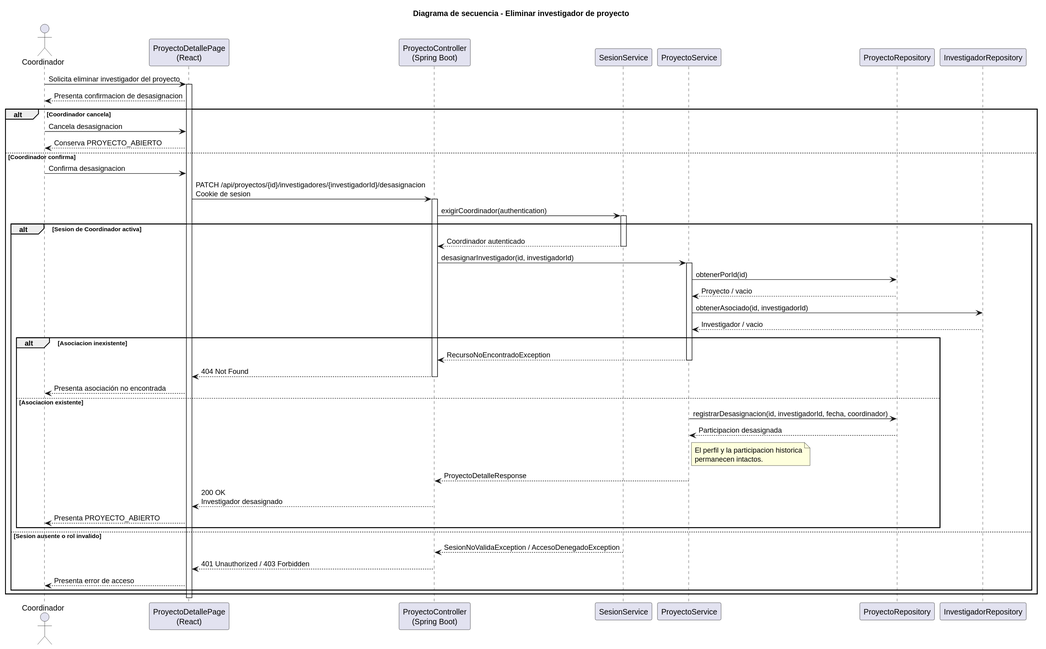
The PlantUML diagram images/RUP/02-diseño/casos-uso/coordinador/eliminarInvestigador/secuencia.svg in beatriizorozco/25-26-idsw2-sdVC, before a commit.
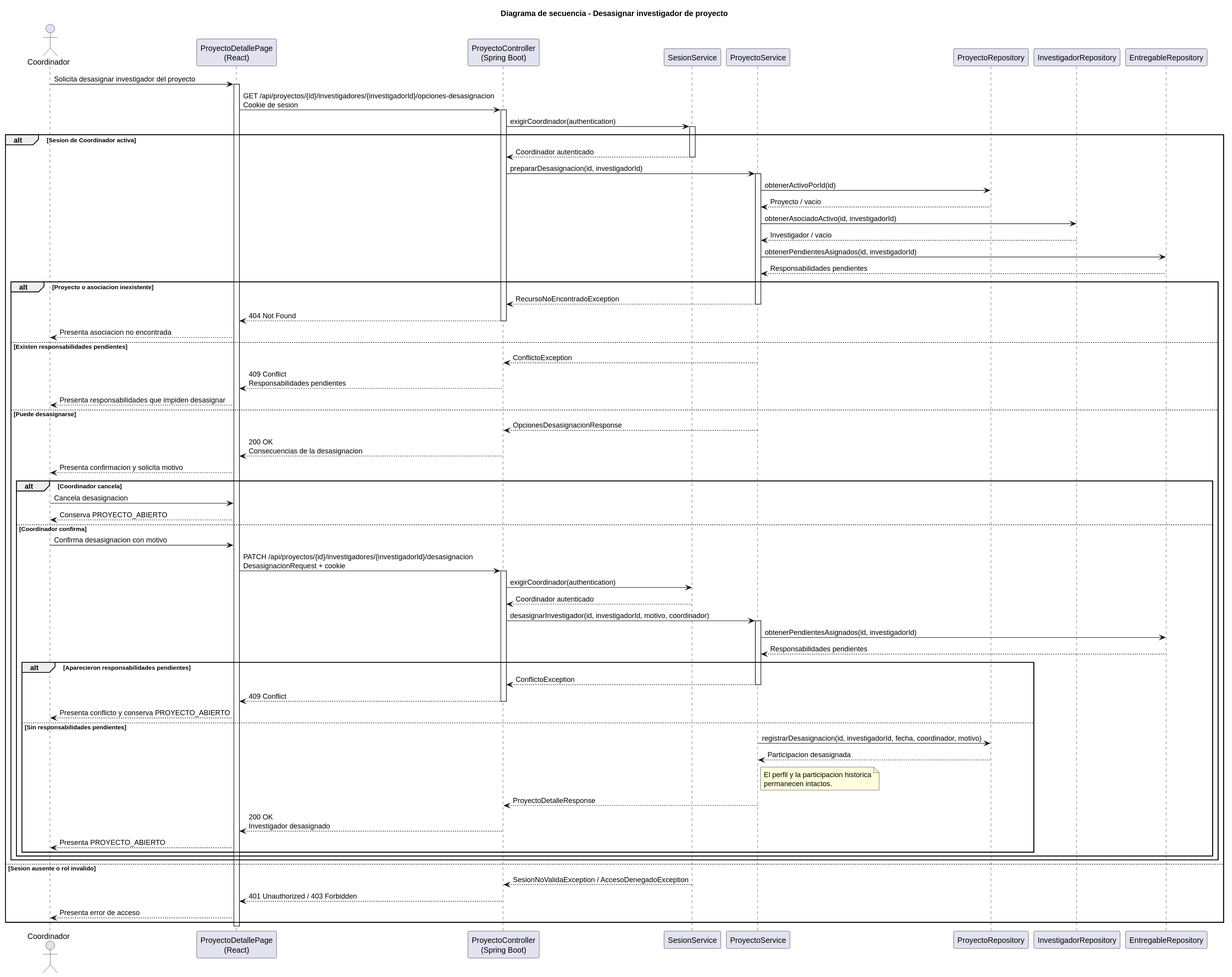
Later version of the same file.

What changed in the source:
```diff
@@ -1,5 +1,5 @@
 @startuml
-title Diagrama de secuencia - Eliminar investigador de proyecto
+title Diagrama de secuencia - Desasignar investigador de proyecto
 
 actor Coordinador
 participant "ProyectoDetallePage\n(React)" as Frontend
@@ -8,54 +8,83 @@
 participant "ProyectoService" as Service
 participant "ProyectoRepository" as Repo
 participant "InvestigadorRepository" as InvestigadorRepo
+participant "EntregableRepository" as EntregableRepo
 
-Coordinador -> Frontend: Solicita eliminar investigador del proyecto
+Coordinador -> Frontend: Solicita desasignar investigador del proyecto
 activate Frontend
-Frontend --> Coordinador: Presenta confirmacion de desasignacion
-alt Coordinador cancela
-    Coordinador -> Frontend: Cancela desasignacion
-    Frontend --> Coordinador: Conserva PROYECTO_ABIERTO
-else Coordinador confirma
-    Coordinador -> Frontend: Confirma desasignacion
-    Frontend -> Api: PATCH /api/proyectos/{id}/investigadores/{investigadorId}/desasignacion\nCookie de sesion
-    activate Api
-    Api -> Sesion: exigirCoordinador(authentication)
-    activate Sesion
-    alt Sesion de Coordinador activa
-        Sesion --> Api: Coordinador autenticado
-        deactivate Sesion
-        Api -> Service: desasignarInvestigador(id, investigadorId)
-        activate Service
-        Service -> Repo: obtenerPorId(id)
-        Repo --> Service: Proyecto / vacio
-        Service -> InvestigadorRepo: obtenerAsociado(id, investigadorId)
-        InvestigadorRepo --> Service: Investigador / vacio
-        alt Asociacion inexistente
-            Service --> Api: RecursoNoEncontradoException
-            deactivate Service
-            Api --> Frontend: 404 Not Found
-            deactivate Api
-            Frontend --> Coordinador: Presenta asociación no encontrada
-        else Asociacion existente
-            Service -> Repo: registrarDesasignacion(id, investigadorId, fecha, coordinador)
-            Repo --> Service: Participacion desasignada
-            note right of Service
-            El perfil y la participacion historica
-            permanecen intactos.
-            end note
-            Service --> Api: ProyectoDetalleResponse
-            deactivate Service
-            Api --> Frontend: 200 OK\nInvestigador desasignado
-            deactivate Api
-            Frontend --> Coordinador: Presenta PROYECTO_ABIERTO
+Frontend -> Api: GET /api/proyectos/{id}/investigadores/{investigadorId}/opciones-desasignacion\nCookie de sesion
+activate Api
+Api -> Sesion: exigirCoordinador(authentication)
+activate Sesion
+alt Sesion de Coordinador activa
+    Sesion --> Api: Coordinador autenticado
+    deactivate Sesion
+    Api -> Service: prepararDesasignacion(id, investigadorId)
+    activate Service
+    Service -> Repo: obtenerActivoPorId(id)
+    Repo --> Service: Proyecto / vacio
+    Service -> InvestigadorRepo: obtenerAsociadoActivo(id, investigadorId)
+    InvestigadorRepo --> Service: Investigador / vacio
+    Service -> EntregableRepo: obtenerPendientesAsignados(id, investigadorId)
+    EntregableRepo --> Service: Responsabilidades pendientes
+    alt Proyecto o asociacion inexistente
+        Service --> Api: RecursoNoEncontradoException
+        deactivate Service
+        Api --> Frontend: 404 Not Found
+        deactivate Api
+        Frontend --> Coordinador: Presenta asociacion no encontrada
+    else Existen responsabilidades pendientes
+        Service --> Api: ConflictoException
+        deactivate Service
+        Api --> Frontend: 409 Conflict\nResponsabilidades pendientes
+        deactivate Api
+        Frontend --> Coordinador: Presenta responsabilidades que impiden desasignar
+    else Puede desasignarse
+        Service --> Api: OpcionesDesasignacionResponse
+        deactivate Service
+        Api --> Frontend: 200 OK\nConsecuencias de la desasignacion
+        deactivate Api
+        Frontend --> Coordinador: Presenta confirmacion y solicita motivo
+        alt Coordinador cancela
+            Coordinador -> Frontend: Cancela desasignacion
+            Frontend --> Coordinador: Conserva PROYECTO_ABIERTO
+        else Coordinador confirma
+            Coordinador -> Frontend: Confirma desasignacion con motivo
+            Frontend -> Api: PATCH /api/proyectos/{id}/investigadores/{investigadorId}/desasignacion\nDesasignacionRequest + cookie
+            activate Api
+            Api -> Sesion: exigirCoordinador(authentication)
+            Sesion --> Api: Coordinador autenticado
+            Api -> Service: desasignarInvestigador(id, investigadorId, motivo, coordinador)
+            activate Service
+            Service -> EntregableRepo: obtenerPendientesAsignados(id, investigadorId)
+            EntregableRepo --> Service: Responsabilidades pendientes
+            alt Aparecieron responsabilidades pendientes
+                Service --> Api: ConflictoException
+                deactivate Service
+                Api --> Frontend: 409 Conflict
+                deactivate Api
+                Frontend --> Coordinador: Presenta conflicto y conserva PROYECTO_ABIERTO
+            else Sin responsabilidades pendientes
+                Service -> Repo: registrarDesasignacion(id, investigadorId, fecha, coordinador, motivo)
+                Repo --> Service: Participacion desasignada
+                note right of Service
+                El perfil y la participacion historica
+                permanecen intactos.
+                end note
+                Service --> Api: ProyectoDetalleResponse
+                deactivate Service
+                Api --> Frontend: 200 OK\nInvestigador desasignado
+                deactivate Api
+                Frontend --> Coordinador: Presenta PROYECTO_ABIERTO
+            end
         end
-    else Sesion ausente o rol invalido
-        Sesion --> Api: SesionNoValidaException / AccesoDenegadoException
-        deactivate Sesion
-        Api --> Frontend: 401 Unauthorized / 403 Forbidden
-        deactivate Api
-        Frontend --> Coordinador: Presenta error de acceso
     end
+else Sesion ausente o rol invalido
+    Sesion --> Api: SesionNoValidaException / AccesoDenegadoException
+    deactivate Sesion
+    Api --> Frontend: 401 Unauthorized / 403 Forbidden
+    deactivate Api
+    Frontend --> Coordinador: Presenta error de acceso
 end
 deactivate Frontend
 @enduml
```
